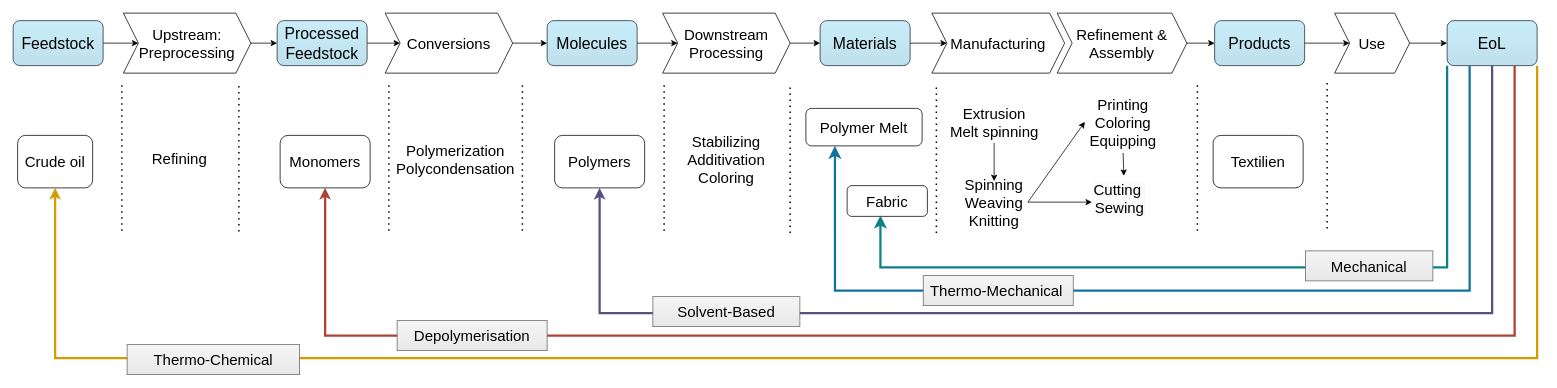
Above: Textiles-ValueChain.drawio in kay-squared/PyTorchLearn (draw.io), before the change. Source tidied: cells renumbered, new cells numbered last; positions are measured from the earlier drawing's top-left corner, leaving out a move shared by most shapes. Both pictures are drawn from the tidied source at 75%, with x=0, y=0 at pixel (13, 13).
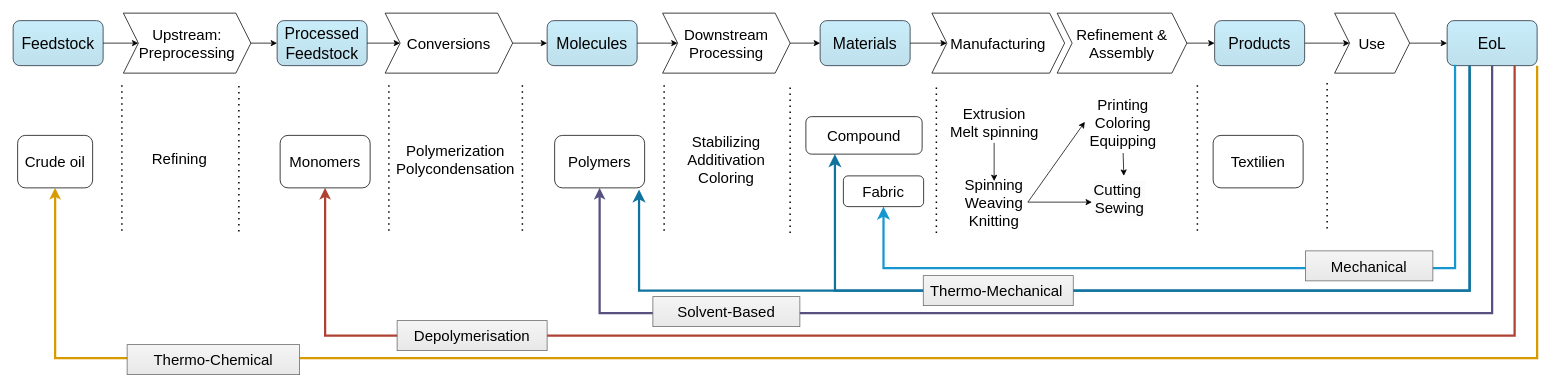
The same diagram, later.

The change refers to these unchanged cells:
```xml
<mxCell id="15" value="Polymers" style="text;html=1;align=center;verticalAlign=middle;whiteSpace=wrap;rounded=1;fontFamily=Rubik light;fontSize=20;strokeColor=default;" parent="1" vertex="1">
  <mxGeometry x="722" y="163" width="120" height="70" as="geometry" />
</mxCell>
<mxCell id="28" value="EoL" style="rounded=1;whiteSpace=wrap;html=1;fontSize=21;fontFamily=Rubik light;fillColor=#C9EDFA;strokeColor=#1E2836;gradientColor=#BEE0EC;align=center;verticalAlign=middle;fontColor=default;" parent="1" vertex="1">
  <mxGeometry x="1912" y="10" width="120" height="60" as="geometry" />
</mxCell>
```

Diff of the diagram source:
```diff
@@
+    <mxCell id="60" style="edgeStyle=segmentEdgeStyle;endArrow=classic;html=1;curved=0;rounded=0;endSize=8;startSize=8;entryX=0.25;entryY=1;entryDx=0;entryDy=0;fillColor=#b1ddf0;strokeColor=#10739e;strokeWidth=3;" parent="1" edge="1" target="38">
+      <mxGeometry relative="1" as="geometry">
+        <mxPoint x="1942" y="70" as="sourcePoint" />
+        <Array as="points">
+          <mxPoint x="1942" y="370" />
+          <mxPoint x="1096" y="370" />
+        </Array>
+      </mxGeometry>
+    </mxCell>
@@
-    <mxCell id="38" value="Polymer Melt" style="text;html=1;align=center;verticalAlign=middle;whiteSpace=wrap;rounded=1;fontFamily=Rubik light;fontSize=20;strokeColor=default;" parent="1" vertex="1">
-      <mxGeometry x="1057" y="127" width="155" height="50" as="geometry" />
+    <mxCell id="38" value="Compound" style="text;html=1;align=center;verticalAlign=middle;whiteSpace=wrap;rounded=1;fontFamily=Rubik light;fontSize=20;strokeColor=default;" parent="1" vertex="1">
+      <mxGeometry x="1057" y="138" width="155" height="50" as="geometry" />
     </mxCell>
@@
-    <mxCell id="40" style="edgeStyle=segmentEdgeStyle;endArrow=classic;html=1;curved=0;rounded=0;endSize=8;startSize=8;exitX=0.25;exitY=1;exitDx=0;exitDy=0;entryX=0.25;entryY=1;entryDx=0;entryDy=0;fillColor=#b1ddf0;strokeColor=#10739e;strokeWidth=3;" parent="1" edge="1" source="28" target="38">
+    <mxCell id="40" style="edgeStyle=segmentEdgeStyle;endArrow=classic;html=1;curved=0;rounded=0;endSize=8;startSize=8;exitX=0.25;exitY=1;exitDx=0;exitDy=0;entryX=0.938;entryY=1.029;entryDx=0;entryDy=0;fillColor=#b1ddf0;strokeColor=#10739e;strokeWidth=3;entryPerimeter=0;" parent="1" edge="1" source="28" target="15">
       <mxGeometry relative="1" as="geometry">
         <Array as="points">
           <mxPoint x="1942" y="370" />
-          <mxPoint x="1096" y="370" />
+          <mxPoint x="835" y="370" />
         </Array>
       </mxGeometry>
     </mxCell>
     <mxCell id="41" value="Fabric" style="text;html=1;align=center;verticalAlign=middle;whiteSpace=wrap;rounded=1;fontFamily=Rubik light;fontSize=20;strokeColor=default;" parent="1" vertex="1">
-      <mxGeometry x="1112" y="230" width="107" height="41" as="geometry" />
+      <mxGeometry x="1107" y="217" width="107" height="41" as="geometry" />
     </mxCell>
-    <mxCell id="42" style="edgeStyle=segmentEdgeStyle;endArrow=classic;html=1;curved=0;rounded=0;endSize=8;startSize=8;exitX=0;exitY=1;exitDx=0;exitDy=0;entryX=0.415;entryY=0.971;entryDx=0;entryDy=0;entryPerimeter=0;fillColor=#b0e3e6;strokeColor=#0e8088;strokeWidth=3;" parent="1" edge="1" source="28" target="41">
-      <mxGeometry relative="1" as="geometry">
-        <Array as="points">
-          <mxPoint x="1912" y="339" />
-          <mxPoint x="1156" y="339" />
-        </Array>
-      </mxGeometry>
-    </mxCell>
-    <mxCell id="43" value="Mechanical" style="text;html=1;align=center;verticalAlign=middle;whiteSpace=wrap;rounded=0;fontFamily=Rubik light;fontSize=20;fillColor=#f5f5f5;gradientColor=#E8E8E8;strokeColor=#666666;" parent="1" vertex="1">
-      <mxGeometry x="1723" y="317" width="170" height="40" as="geometry" />
-    </mxCell>
@@
+    <mxCell id="42" style="edgeStyle=segmentEdgeStyle;endArrow=classic;html=1;curved=0;rounded=0;endSize=8;startSize=8;exitX=0.088;exitY=0.979;exitDx=0;exitDy=0;entryX=0.5;entryY=1;entryDx=0;entryDy=0;fillColor=#b1ddf0;strokeColor=#1598D1;strokeWidth=3;exitPerimeter=0;" parent="1" edge="1" source="28" target="41">
+      <mxGeometry relative="1" as="geometry">
+        <Array as="points">
+          <mxPoint x="1923" y="340" />
+          <mxPoint x="1161" y="340" />
+        </Array>
+      </mxGeometry>
+    </mxCell>
+    <mxCell id="43" value="Mechanical" style="text;html=1;align=center;verticalAlign=middle;whiteSpace=wrap;rounded=0;fontFamily=Rubik light;fontSize=20;fillColor=#f5f5f5;gradientColor=#E8E8E8;strokeColor=#666666;" parent="1" vertex="1">
+      <mxGeometry x="1723" y="317" width="170" height="40" as="geometry" />
+    </mxCell>
```
